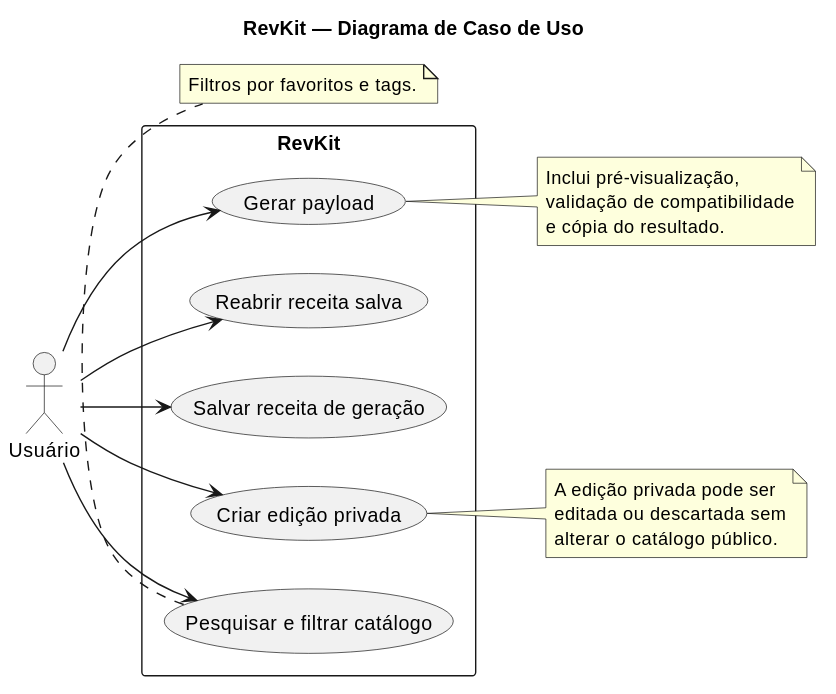
Above: docs/diagramas/casos-de-uso.svg in Andoreatta/revkit (PlantUML), before the change. Its diagram source:
```plantuml
@startuml
title RevKit — Diagrama de Caso de Uso
left to right direction
skinparam packageStyle rectangle

actor "Usuário" as usuario

rectangle "RevKit" {
  usecase "Gerar payload" as UC1
  usecase "Salvar receita de geração" as UC2
  usecase "Reabrir receita salva" as UC3
  usecase "Criar edição privada" as UC4
  usecase "Pesquisar e filtrar catálogo" as UC5
}

usuario --> UC1
usuario --> UC2
usuario --> UC3
usuario --> UC4
usuario --> UC5

note right of UC1
  Inclui pré-visualização,
  validação de compatibilidade
  e cópia do resultado.
end note

note right of UC4
  A edição privada pode ser
  editada ou descartada sem
  alterar o catálogo público.
end note

note bottom of UC5
  Filtros por favoritos e tags.
end note
@enduml
```
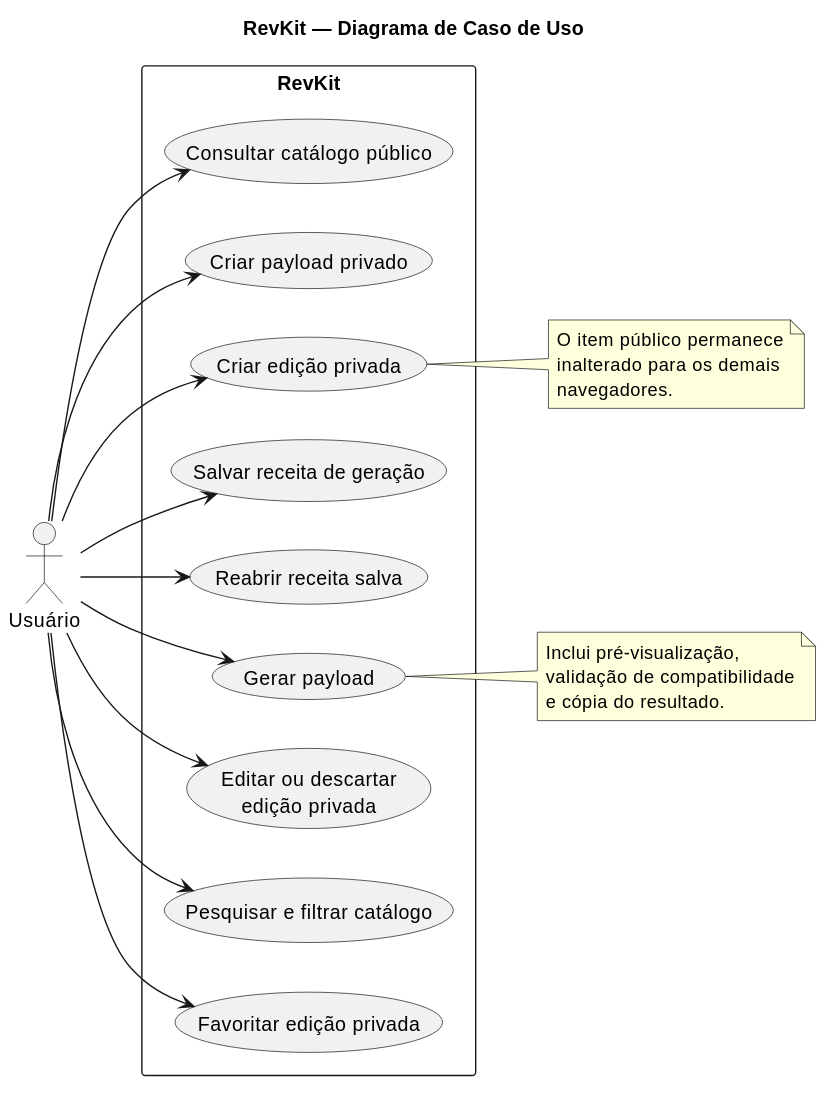
After the commit.

Commit message:
docs: expand use cases and align requirements

Change to the diagram source:
```diff
@@ -6,11 +6,15 @@
 actor "Usuário" as usuario
 
 rectangle "RevKit" {
-  usecase "Gerar payload" as UC1
-  usecase "Salvar receita de geração" as UC2
-  usecase "Reabrir receita salva" as UC3
-  usecase "Criar edição privada" as UC4
-  usecase "Pesquisar e filtrar catálogo" as UC5
+  usecase "Favoritar edição privada" as UC9
+  usecase "Pesquisar e filtrar catálogo" as UC8
+  usecase "Editar ou descartar\nedição privada" as UC7
+  usecase "Criar edição privada" as UC6
+  usecase "Reabrir receita salva" as UC5
+  usecase "Salvar receita de geração" as UC4
+  usecase "Gerar payload" as UC3
+  usecase "Criar payload privado" as UC2
+  usecase "Consultar catálogo público" as UC1
 }
 
 usuario --> UC1
@@ -18,20 +22,20 @@
 usuario --> UC3
 usuario --> UC4
 usuario --> UC5
+usuario --> UC6
+usuario --> UC7
+usuario --> UC8
+usuario --> UC9
 
-note right of UC1
+note right of UC3
   Inclui pré-visualização,
   validação de compatibilidade
   e cópia do resultado.
 end note
 
-note right of UC4
-  A edição privada pode ser
-  editada ou descartada sem
-  alterar o catálogo público.
-end note
-
-note bottom of UC5
-  Filtros por favoritos e tags.
+note right of UC6
+  O item público permanece
+  inalterado para os demais
+  navegadores.
 end note
 @enduml
```
